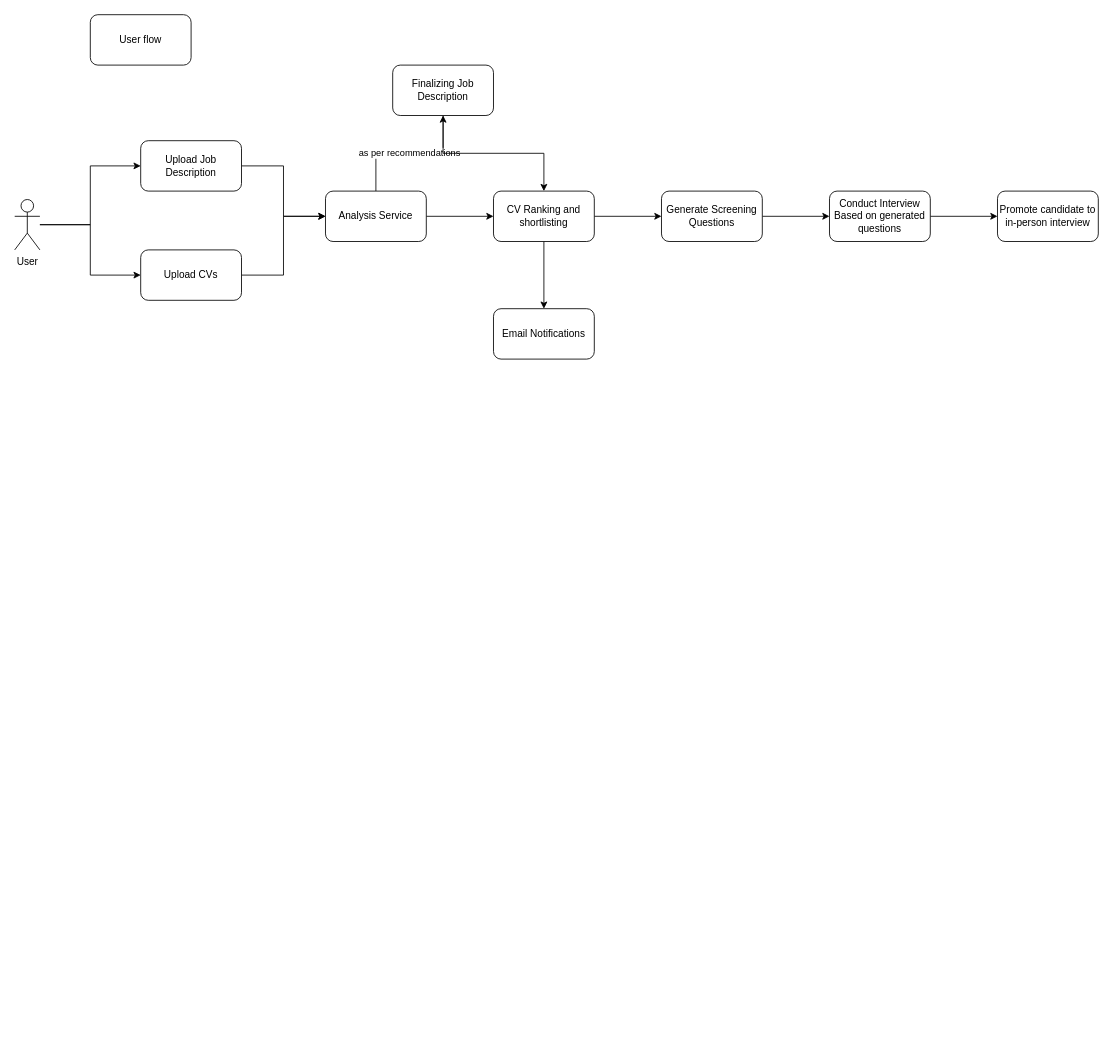
piyushgIITian/Draw.io keeps this draw.io diagram as bankathon.drawio. Above is the earlier version. Source tidied: cells renumbered, new cells numbered last; positions are measured from the earlier drawing's top-left corner, leaving out a move shared by most shapes. Both pictures are drawn from the tidied source at 84%, with x=0, y=0 at pixel (14, 14).
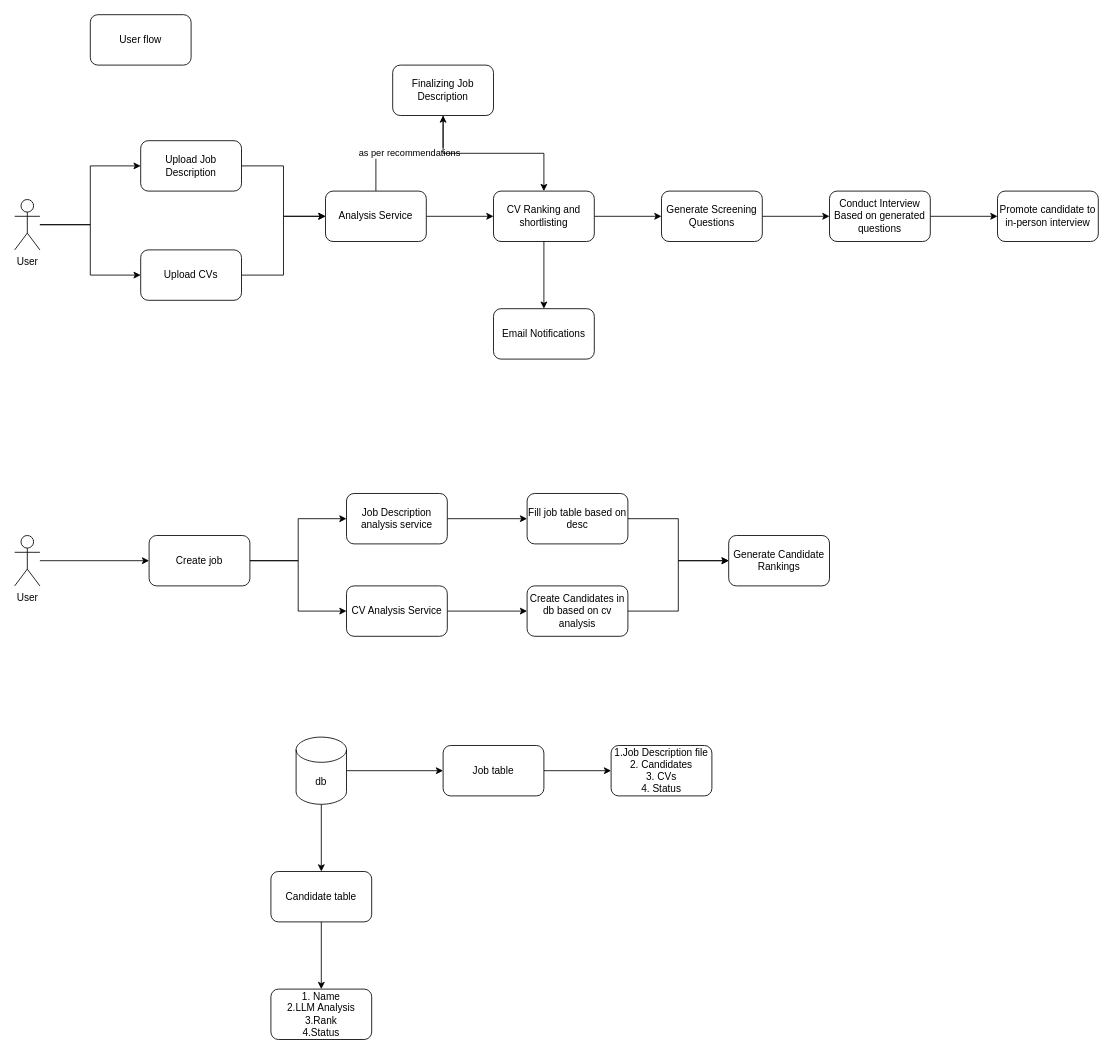
Above is the later version.

Diff of the diagram source:
```diff
@@
+    <mxCell id="24" style="edgeStyle=orthogonalEdgeStyle;rounded=0;jettySize=auto;html=1;" parent="1" edge="1" source="25" target="28">
+      <mxGeometry relative="1" as="geometry" />
+    </mxCell>
+    <mxCell id="25" value="User" style="shape=umlActor;verticalLabelPosition=bottom;verticalAlign=top;html=1;outlineConnect=0;" parent="1" vertex="1">
+      <mxGeometry y="620" width="30" height="60" as="geometry" />
+    </mxCell>
+    <mxCell id="26" style="edgeStyle=orthogonalEdgeStyle;rounded=0;jettySize=auto;html=1;" parent="1" edge="1" source="28" target="30">
+      <mxGeometry relative="1" as="geometry" />
+    </mxCell>
+    <mxCell id="27" style="edgeStyle=orthogonalEdgeStyle;rounded=0;jettySize=auto;html=1;" parent="1" edge="1" source="28" target="32">
+      <mxGeometry relative="1" as="geometry" />
+    </mxCell>
+    <mxCell id="28" value="Create job" style="rounded=1;whiteSpace=wrap;html=1;" parent="1" vertex="1">
+      <mxGeometry x="160" y="620" width="120" height="60" as="geometry" />
+    </mxCell>
+    <mxCell id="29" style="edgeStyle=orthogonalEdgeStyle;rounded=0;jettySize=auto;html=1;" parent="1" edge="1" source="30" target="37">
+      <mxGeometry relative="1" as="geometry" />
+    </mxCell>
+    <mxCell id="30" value="Job Description analysis service" style="whiteSpace=wrap;html=1;rounded=1;" parent="1" vertex="1">
+      <mxGeometry x="395" y="570" width="120" height="60" as="geometry" />
+    </mxCell>
+    <mxCell id="31" style="edgeStyle=orthogonalEdgeStyle;rounded=0;jettySize=auto;html=1;entryX=0;entryY=0.5;entryDx=0;entryDy=0;" parent="1" edge="1" source="32" target="35">
+      <mxGeometry relative="1" as="geometry" />
+    </mxCell>
+    <mxCell id="32" value="CV Analysis Service" style="whiteSpace=wrap;html=1;rounded=1;" parent="1" vertex="1">
+      <mxGeometry x="395" y="680" width="120" height="60" as="geometry" />
+    </mxCell>
+    <mxCell id="33" value="Generate Candidate Rankings" style="whiteSpace=wrap;html=1;rounded=1;" parent="1" vertex="1">
+      <mxGeometry x="850" y="620" width="120" height="60" as="geometry" />
+    </mxCell>
+    <mxCell id="34" style="edgeStyle=orthogonalEdgeStyle;rounded=0;jettySize=auto;html=1;" parent="1" edge="1" source="35" target="33">
+      <mxGeometry relative="1" as="geometry" />
+    </mxCell>
+    <mxCell id="35" value="Create Candidates in db based on cv analysis" style="whiteSpace=wrap;html=1;rounded=1;" parent="1" vertex="1">
+      <mxGeometry x="610" y="680" width="120" height="60" as="geometry" />
+    </mxCell>
+    <mxCell id="36" style="edgeStyle=orthogonalEdgeStyle;rounded=0;jettySize=auto;html=1;entryX=0;entryY=0.5;entryDx=0;entryDy=0;" parent="1" edge="1" source="37" target="33">
+      <mxGeometry relative="1" as="geometry" />
+    </mxCell>
+    <mxCell id="37" value="Fill job table based on desc" style="whiteSpace=wrap;html=1;rounded=1;" parent="1" vertex="1">
+      <mxGeometry x="610" y="570" width="120" height="60" as="geometry" />
+    </mxCell>
+    <mxCell id="38" style="edgeStyle=orthogonalEdgeStyle;rounded=0;jettySize=auto;html=1;" parent="1" edge="1" source="40" target="42">
+      <mxGeometry relative="1" as="geometry" />
+    </mxCell>
+    <mxCell id="39" style="edgeStyle=orthogonalEdgeStyle;rounded=0;jettySize=auto;html=1;entryX=0.5;entryY=0;entryDx=0;entryDy=0;" parent="1" edge="1" source="40" target="44">
+      <mxGeometry relative="1" as="geometry" />
+    </mxCell>
+    <mxCell id="40" value="db" style="shape=cylinder3;whiteSpace=wrap;html=1;boundedLbl=1;backgroundOutline=1;size=15;" parent="1" vertex="1">
+      <mxGeometry x="335" y="860" width="60" height="80" as="geometry" />
+    </mxCell>
+    <mxCell id="41" style="edgeStyle=orthogonalEdgeStyle;rounded=0;jettySize=auto;html=1;" parent="1" edge="1" source="42" target="46">
+      <mxGeometry relative="1" as="geometry" />
+    </mxCell>
+    <mxCell id="42" value="Job table" style="rounded=1;whiteSpace=wrap;html=1;" parent="1" vertex="1">
+      <mxGeometry x="510" y="870" width="120" height="60" as="geometry" />
+    </mxCell>
+    <mxCell id="43" style="edgeStyle=orthogonalEdgeStyle;rounded=0;jettySize=auto;html=1;" parent="1" edge="1" source="44" target="45">
+      <mxGeometry relative="1" as="geometry" />
+    </mxCell>
+    <mxCell id="44" value="Candidate table" style="rounded=1;whiteSpace=wrap;html=1;" parent="1" vertex="1">
+      <mxGeometry x="305" y="1020" width="120" height="60" as="geometry" />
+    </mxCell>
+    <mxCell id="45" value="1. Name&lt;br&gt;2.LLM Analysis&lt;br&gt;3.Rank&lt;br&gt;4.Status" style="whiteSpace=wrap;html=1;rounded=1;" parent="1" vertex="1">
+      <mxGeometry x="305" y="1160" width="120" height="60" as="geometry" />
+    </mxCell>
+    <mxCell id="46" value="1.Job Description file&lt;br&gt;2. Candidates&lt;br&gt;3. CVs&lt;br&gt;4. Status" style="whiteSpace=wrap;html=1;rounded=1;" parent="1" vertex="1">
+      <mxGeometry x="710" y="870" width="120" height="60" as="geometry" />
+    </mxCell>
```
